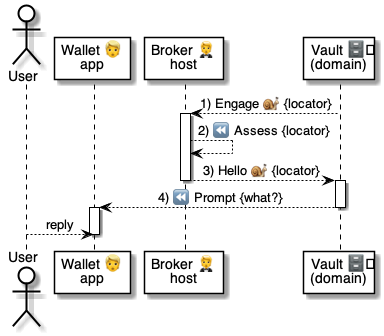
Before: 5 ⏩ Flows/80 🗄️⏩ Vaults/.📎 Assets/⚙️🧑‍🦰 Engage.png, a diagram exported from PlantUML (pollyweb-org/pollyweb-docs). Its source is kept beside it as 5 ⏩ Flows/80 🗄️⏩ Vaults/.📎 Assets/⚙️🧑‍🦰 Engage.puml.
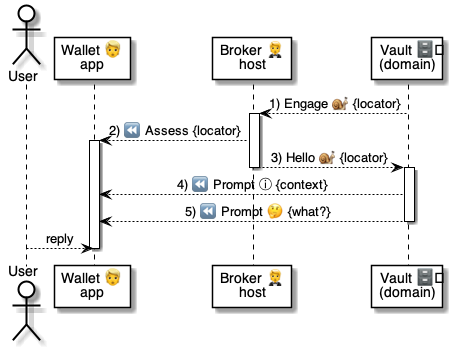
The same file after the commit.

The edit, as a diff of the source:
```diff
@@ -8,16 +8,16 @@
 vault --> broker: 1) Engage 🐌 {locator}
 
 activate broker
-
-broker --> broker: 2) ⏪ Assess {locator}
-broker --> vault: 3) Hello 🐌 {locator}
+    broker --> wallet: 2) ⏪ Assess {locator}
+    activate wallet
+    broker --> vault: 3) Hello 🐌 {locator}
 deactivate broker
 
 activate vault
-    vault --> wallet: 4) ⏪ Prompt {what?}
+    vault --> wallet: 4) ⏪ Prompt ⓘ {context}
+    vault --> wallet: 5) ⏪ Prompt 🤔 {what?}
 deactivate vault
 
-activate wallet
     user --> wallet: reply
 deactivate wallet
 
```
